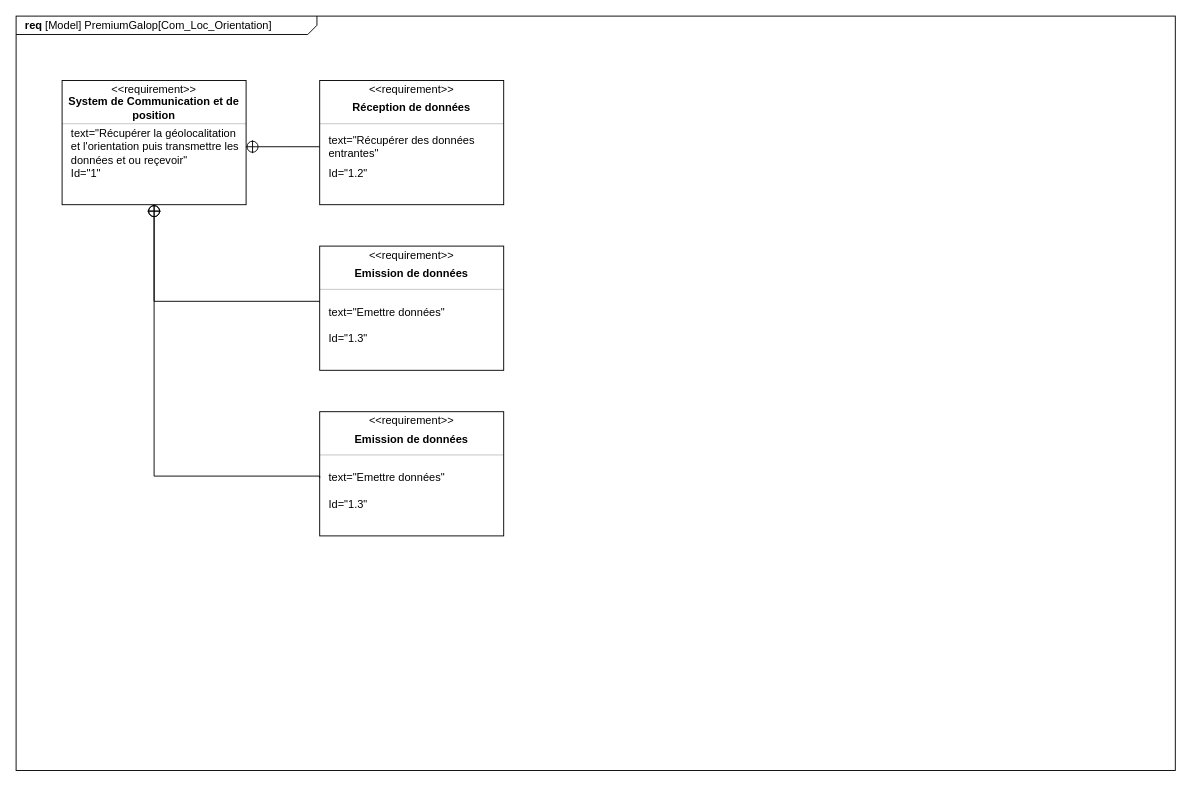
This is SYSML/Req_communication_géolocalisation_orientation.drawio from ToGen49/Hippodrome, a draw.io file, before an edit. Source tidied: cells renumbered, new cells numbered last; positions are measured from the earlier drawing's top-left corner, leaving out a move shared by most shapes. Both pictures are drawn from the tidied source at 92%, with x=0, y=0 at pixel (16, 16).
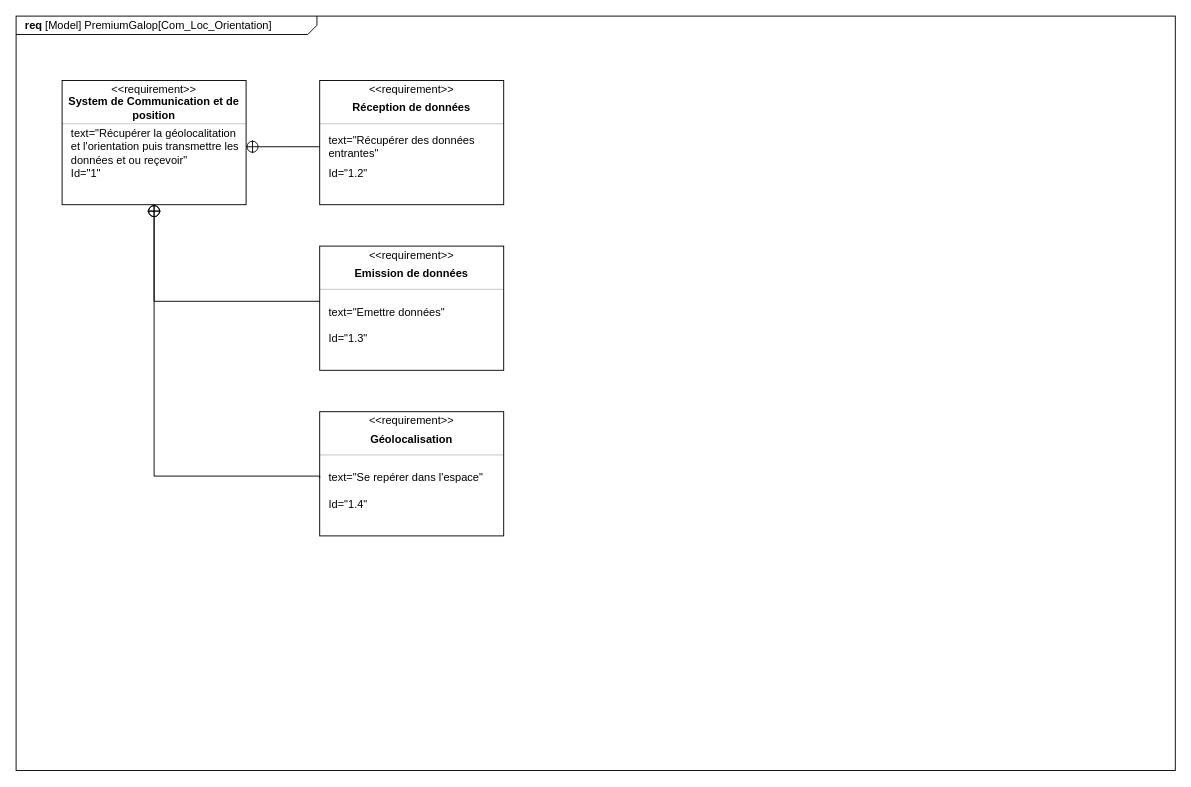
Above is the later version.

Commit message:
Ajout géolocalisation req.drawio

The change refers to these unchanged cells:
```xml
<mxCell id="26" style="fontStyle=1;align=center;verticalAlign=middle;horizontal=1;" parent="1" vertex="1">
  <mxGeometry x="330" y="430" width="200" height="135" as="geometry" />
</mxCell>
```

The edit, as a diff of the source:
```diff
@@
-    <mxCell id="28" value="Emission de données" style="html=1;align=center;spacing=0;verticalAlign=middle;strokeColor=none;fillColor=none;whiteSpace=wrap;fontStyle=1;" parent="26" vertex="1">
+    <mxCell id="28" value="Géolocalisation" style="html=1;align=center;spacing=0;verticalAlign=middle;strokeColor=none;fillColor=none;whiteSpace=wrap;fontStyle=1;" parent="26" vertex="1">
       <mxGeometry y="16" width="200" height="27" as="geometry" />
     </mxCell>
@@
-    <mxCell id="30" value="text=&quot;Emettre données&quot;" style="html=1;align=left;spacing=0;verticalAlign=middle;strokeColor=none;fillColor=none;whiteSpace=wrap;spacingLeft=10;" parent="26" vertex="1">
+    <mxCell id="30" value="text=&quot;Se repérer dans l'espace&quot;" style="html=1;align=left;spacing=0;verticalAlign=middle;strokeColor=none;fillColor=none;whiteSpace=wrap;spacingLeft=10;" parent="26" vertex="1">
       <mxGeometry y="51" width="200" height="42" as="geometry" />
     </mxCell>
-    <mxCell id="31" value="Id=&quot;1.3&lt;span style=&quot;background-color: transparent; color: light-dark(rgb(0, 0, 0), rgb(255, 255, 255));&quot;&gt;&quot;&lt;/span&gt;" style="html=1;align=left;spacing=0;verticalAlign=middle;strokeColor=none;fillColor=none;whiteSpace=wrap;spacingLeft=10;" parent="26" vertex="1">
+    <mxCell id="31" value="Id=&quot;1.4&lt;span style=&quot;background-color: transparent; color: light-dark(rgb(0, 0, 0), rgb(255, 255, 255));&quot;&gt;&quot;&lt;/span&gt;" style="html=1;align=left;spacing=0;verticalAlign=middle;strokeColor=none;fillColor=none;whiteSpace=wrap;spacingLeft=10;" parent="26" vertex="1">
       <mxGeometry y="93" width="200" height="16" as="geometry" />
     </mxCell>
```
